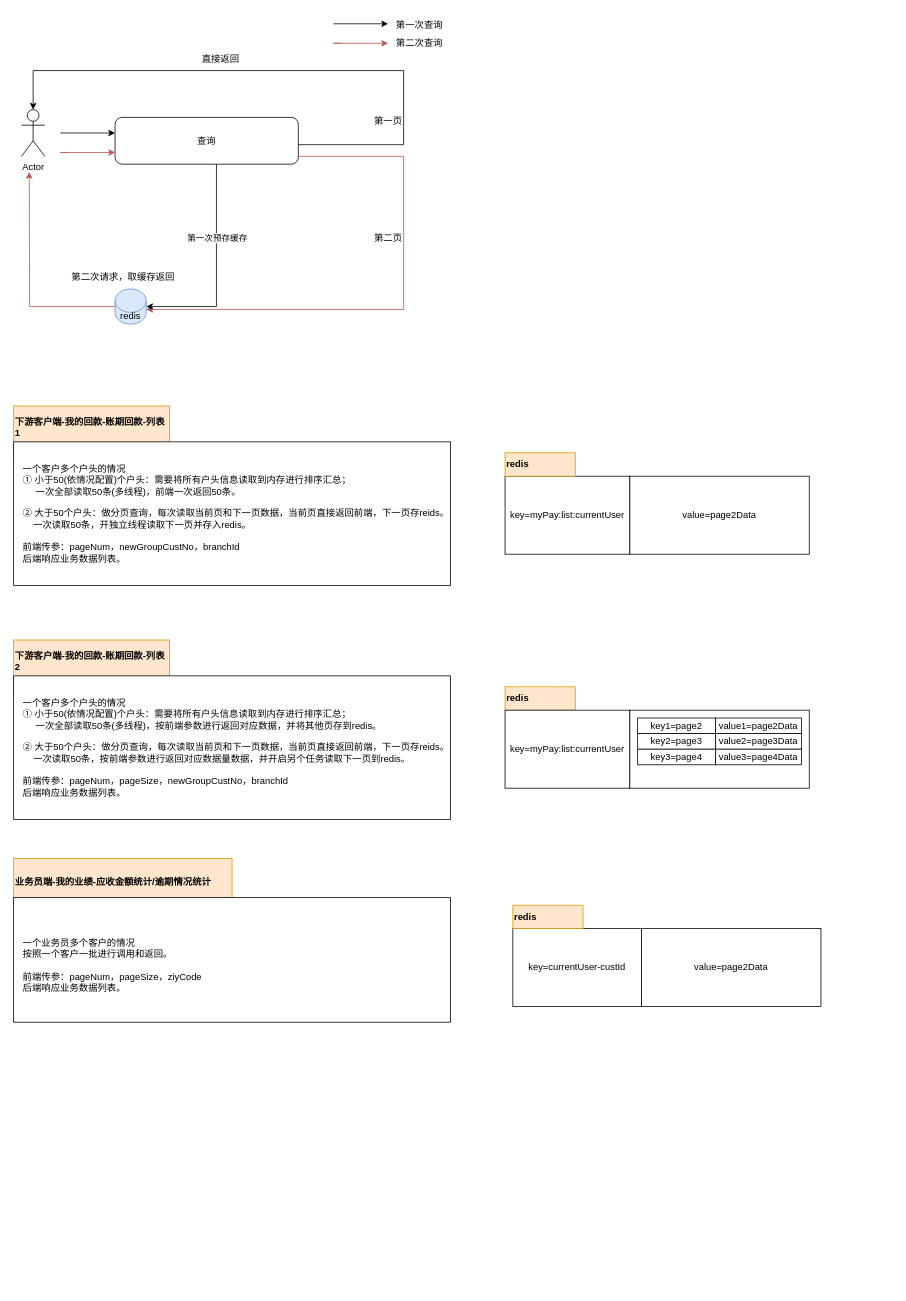
This is 移动erp-账期还款.drawio from koralcc/resource, a draw.io file, before an edit. Source tidied: cells renumbered, new cells numbered last; positions are measured from the earlier drawing's top-left corner, leaving out a move shared by most shapes. Both pictures are drawn from the tidied source at 78%, with x=0, y=0 at pixel (13, 13).
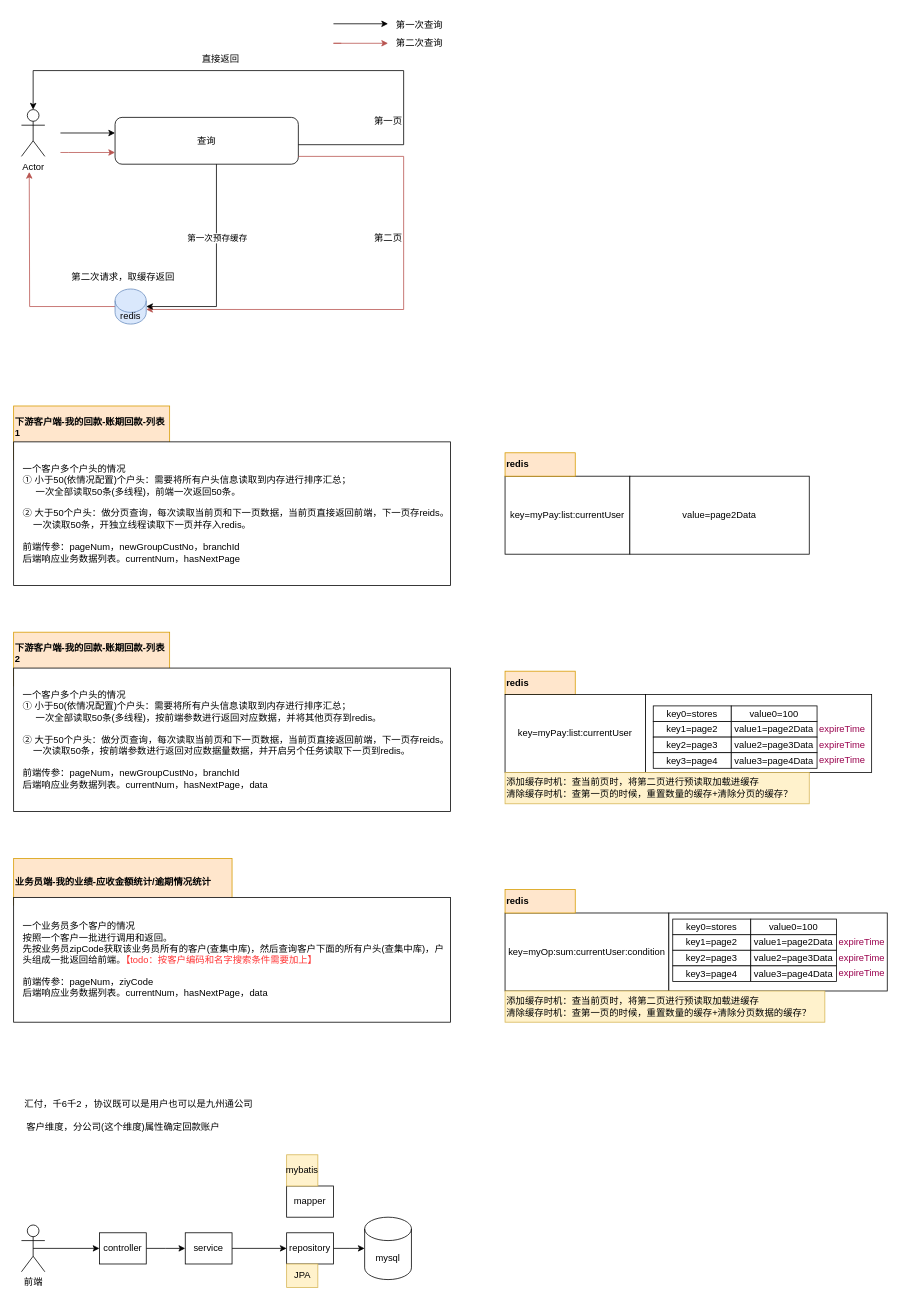
The same page after the edit.

Commit message:
更新移动erp-账期还款.drawio

Unchanged cells that the change refers to:
```xml
<mxCell id="22" style="group;" parent="21" vertex="1">
  <mxGeometry width="560" height="230" as="geometry" />
</mxCell>
<mxCell id="28" style="group;" parent="26" vertex="1">
  <mxGeometry y="10" width="560" height="200" as="geometry" />
</mxCell>
<mxCell id="34" style="group;" parent="33" vertex="1">
  <mxGeometry width="560" height="230" as="geometry" />
</mxCell>
```

What changed in the source:
```diff
@@
     <mxCell id="2" value="&lt;b&gt;redis&lt;/b&gt;" style="rounded=0;whiteSpace=wrap;html=1;align=left;fillColor=#ffe6cc;strokeColor=#d79b00;" parent="1" vertex="1">
-      <mxGeometry x="630" y="863" width="90" height="30" as="geometry" />
+      <mxGeometry x="630" y="843" width="90" height="30" as="geometry" />
     </mxCell>
@@
     <mxCell id="10" style="edgeStyle=orthogonalEdgeStyle;rounded=0;orthogonalLoop=1;jettySize=auto;html=1;fillColor=#f8cecc;strokeColor=#b85450;" parent="1" edge="1">
       <mxGeometry relative="1" as="geometry">
-        <mxPoint x="70" y="178" as="sourcePoint" />
+        <mxPoint x="60" y="178" as="sourcePoint" />
         <mxPoint x="130" y="178" as="targetPoint" />
         <Array as="points">
-          <mxPoint x="60" y="178" />
-          <mxPoint x="60" y="178" />
+          <mxPoint x="70" y="178" />
+          <mxPoint x="70" y="178" />
         </Array>
       </mxGeometry>
     </mxCell>
@@
-    <mxCell id="25" value="一个客户多个户头的情况&lt;br&gt;① 小于50(依情况配置)个户头：需要将所有户头信息读取到内存进行排序汇总；&lt;br&gt;&amp;nbsp; &amp;nbsp; &amp;nbsp;一次全部读取50条(多线程)，前端一次返回50条。&lt;br&gt;&lt;br&gt;② 大于50个户头：做分页查询，每次读取当前页和下一页数据，当前页直接返回前端，下一页存reids。&lt;br&gt;&amp;nbsp; &amp;nbsp; 一次读取50条，开独立线程读取下一页并存入redis。&lt;br&gt;&lt;br&gt;前端传参：pageNum，newGroupCustNo，branchId&lt;br&gt;后端响应业务数据列表。" style="text;html=1;strokeColor=none;fillColor=none;align=left;verticalAlign=middle;whiteSpace=wrap;rounded=0;" parent="22" vertex="1">
+    <mxCell id="25" value="一个客户多个户头的情况&lt;br&gt;① 小于50(依情况配置)个户头：需要将所有户头信息读取到内存进行排序汇总；&lt;br&gt;&amp;nbsp; &amp;nbsp; &amp;nbsp;一次全部读取50条(多线程)，前端一次返回50条。&lt;br&gt;&lt;br&gt;② 大于50个户头：做分页查询，每次读取当前页和下一页数据，当前页直接返回前端，下一页存reids。&lt;br&gt;&amp;nbsp; &amp;nbsp; 一次读取50条，开独立线程读取下一页并存入redis。&lt;br&gt;&lt;br&gt;前端传参：pageNum，newGroupCustNo，branchId&lt;br&gt;后端响应业务数据列表。currentNum，hasNextPage" style="text;html=1;strokeColor=none;fillColor=none;align=left;verticalAlign=middle;whiteSpace=wrap;rounded=0;" parent="22" vertex="1">
       <mxGeometry x="10" y="57.5" width="550" height="161" as="geometry" />
     </mxCell>
@@
-    <mxCell id="30" value="&lt;br&gt;一个业务员多个客户的情况&lt;br&gt;按照一个客户一批进行调用和返回。&lt;br&gt;&lt;br&gt;前端传参：pageNum，pageSize，ziyCode&lt;br&gt;后端响应业务数据列表。&amp;nbsp;" style="text;html=1;strokeColor=none;fillColor=none;align=left;verticalAlign=middle;whiteSpace=wrap;rounded=0;" parent="28" vertex="1">
+    <mxCell id="30" value="&lt;br&gt;一个业务员多个客户的情况&lt;br&gt;按照一个客户一批进行调用和返回。&lt;br&gt;先按业务员zipCode获取该业务员所有的客户(查集中库)，然后查询客户下面的所有户头(查集中库)，户头组成一批返回给前端。&lt;font color=&quot;#ff3333&quot;&gt;【todo：按客户编码和名字搜索条件需要加上】&lt;/font&gt;&lt;br&gt;&lt;br&gt;前端传参：pageNum，ziyCode&lt;br&gt;后端响应业务数据列表。currentNum，hasNextPage，data&lt;br&gt;&amp;nbsp;" style="text;html=1;strokeColor=none;fillColor=none;align=left;verticalAlign=middle;whiteSpace=wrap;rounded=0;" parent="28" vertex="1">
       <mxGeometry x="10" y="50" width="550" height="140" as="geometry" />
     </mxCell>
@@
     <mxCell id="33" style="group;" parent="1" vertex="1">
-      <mxGeometry y="803" width="560" height="230" as="geometry" />
+      <mxGeometry y="793" width="560" height="230" as="geometry" />
     </mxCell>
@@
-    <mxCell id="37" value="一个客户多个户头的情况&lt;br&gt;① 小于50(依情况配置)个户头：需要将所有户头信息读取到内存进行排序汇总；&lt;br&gt;&amp;nbsp; &amp;nbsp; &amp;nbsp;一次全部读取50条(多线程)，按前端参数进行返回对应数据，并将其他页存到redis。&lt;br&gt;&lt;br&gt;② 大于50个户头：做分页查询，每次读取当前页和下一页数据，当前页直接返回前端，下一页存reids。&lt;br&gt;&amp;nbsp; &amp;nbsp; 一次读取50条，按前端参数进行返回对应数据量数据，并开启另个任务读取下一页到redis。&lt;br&gt;&lt;br&gt;前端传参：pageNum，pageSize，newGroupCustNo，branchId&lt;br&gt;后端响应业务数据列表。" style="text;html=1;strokeColor=none;fillColor=none;align=left;verticalAlign=middle;whiteSpace=wrap;rounded=0;" parent="34" vertex="1">
+    <mxCell id="37" value="一个客户多个户头的情况&lt;br&gt;① 小于50(依情况配置)个户头：需要将所有户头信息读取到内存进行排序汇总；&lt;br&gt;&amp;nbsp; &amp;nbsp; &amp;nbsp;一次全部读取50条(多线程)，按前端参数进行返回对应数据，并将其他页存到redis。&lt;br&gt;&lt;br&gt;② 大于50个户头：做分页查询，每次读取当前页和下一页数据，当前页直接返回前端，下一页存reids。&lt;br&gt;&amp;nbsp; &amp;nbsp; 一次读取50条，按前端参数进行返回对应数据量数据，并开启另个任务读取下一页到redis。&lt;br&gt;&lt;br&gt;前端传参：pageNum，newGroupCustNo，branchId&lt;br&gt;后端响应业务数据列表。currentNum，hasNextPage，data" style="text;html=1;strokeColor=none;fillColor=none;align=left;verticalAlign=middle;whiteSpace=wrap;rounded=0;" parent="34" vertex="1">
       <mxGeometry x="10" y="57.5" width="550" height="161" as="geometry" />
     </mxCell>
     <mxCell id="38" value="key=myPay:list:currentUser" style="rounded=0;whiteSpace=wrap;html=1;" parent="1" vertex="1">
-      <mxGeometry x="630" y="893" width="160" height="100" as="geometry" />
+      <mxGeometry x="630" y="873" width="180" height="100" as="geometry" />
     </mxCell>
     <mxCell id="39" style="rounded=0;whiteSpace=wrap;html=1;" parent="1" vertex="1">
-      <mxGeometry x="790" y="893" width="230" height="100" as="geometry" />
+      <mxGeometry x="810" y="873" width="290" height="100" as="geometry" />
     </mxCell>
     <mxCell id="40" value="key1=page2" style="rounded=0;whiteSpace=wrap;html=1;" parent="1" vertex="1">
-      <mxGeometry x="800" y="903" width="100" height="20" as="geometry" />
+      <mxGeometry x="820" y="907.5" width="100" height="20" as="geometry" />
     </mxCell>
     <mxCell id="41" value="value1=page2Data" style="rounded=0;whiteSpace=wrap;html=1;" parent="1" vertex="1">
-      <mxGeometry x="900" y="903" width="110" height="20" as="geometry" />
+      <mxGeometry x="920" y="907.5" width="110" height="20" as="geometry" />
     </mxCell>
     <mxCell id="42" value="key2=page3" style="rounded=0;whiteSpace=wrap;html=1;" parent="1" vertex="1">
-      <mxGeometry x="800" y="923" width="100" height="20" as="geometry" />
+      <mxGeometry x="820" y="927.5" width="100" height="20" as="geometry" />
     </mxCell>
     <mxCell id="43" value="value2=page3Data" style="rounded=0;whiteSpace=wrap;html=1;" parent="1" vertex="1">
-      <mxGeometry x="900" y="923" width="110" height="20" as="geometry" />
+      <mxGeometry x="920" y="927.5" width="110" height="20" as="geometry" />
     </mxCell>
     <mxCell id="44" value="key3=page4" style="rounded=0;whiteSpace=wrap;html=1;" parent="1" vertex="1">
-      <mxGeometry x="800" y="943" width="100" height="20" as="geometry" />
+      <mxGeometry x="820" y="947.5" width="100" height="20" as="geometry" />
     </mxCell>
     <mxCell id="45" value="value3=page4Data" style="rounded=0;whiteSpace=wrap;html=1;" parent="1" vertex="1">
-      <mxGeometry x="900" y="943" width="110" height="20" as="geometry" />
+      <mxGeometry x="920" y="947.5" width="110" height="20" as="geometry" />
     </mxCell>
-    <mxCell id="46" value="key=currentUser-custId" style="rounded=0;whiteSpace=wrap;html=1;" parent="1" vertex="1">
-      <mxGeometry x="640" y="1173" width="165" height="100" as="geometry" />
+    <mxCell id="46" value="key=myOp:sum:currentUser:condition" style="rounded=0;whiteSpace=wrap;html=1;" parent="1" vertex="1">
+      <mxGeometry x="630" y="1153" width="210" height="100" as="geometry" />
     </mxCell>
-    <mxCell id="47" value="value=page2Data" style="rounded=0;whiteSpace=wrap;html=1;" parent="1" vertex="1">
-      <mxGeometry x="805" y="1173" width="230" height="100" as="geometry" />
+    <mxCell id="47" style="rounded=0;whiteSpace=wrap;html=1;" parent="1" vertex="1">
+      <mxGeometry x="840" y="1153" width="280" height="100" as="geometry" />
     </mxCell>
     <mxCell id="48" value="&lt;b&gt;redis&lt;/b&gt;" style="rounded=0;whiteSpace=wrap;html=1;align=left;fillColor=#ffe6cc;strokeColor=#d79b00;" parent="1" vertex="1">
-      <mxGeometry x="640" y="1143" width="90" height="30" as="geometry" />
+      <mxGeometry x="630" y="1123" width="90" height="30" as="geometry" />
     </mxCell>
@@
+    <mxCell id="50" value="汇付，千6千2 ，协议既可以是用户也可以是九州通公司" style="text;html=1;align=center;verticalAlign=middle;strokeColor=none;fillColor=none;" parent="1" vertex="1">
+      <mxGeometry y="1383" width="320" height="30" as="geometry" />
+    </mxCell>
+    <mxCell id="51" value="客户维度，分公司(这个维度)属性确定回款账户" style="text;html=1;align=center;verticalAlign=middle;strokeColor=none;fillColor=none;" parent="1" vertex="1">
+      <mxGeometry x="5" y="1413" width="270" height="30" as="geometry" />
+    </mxCell>
+    <mxCell id="52" style="edgeStyle=orthogonalEdgeStyle;rounded=0;jettySize=auto;html=1;" parent="1" edge="1" source="53">
+      <mxGeometry relative="1" as="geometry">
+        <mxPoint x="220" y="1583" as="targetPoint" />
+      </mxGeometry>
+    </mxCell>
+    <mxCell id="53" value="controller" style="whiteSpace=wrap;html=1;" parent="1" vertex="1">
+      <mxGeometry x="110" y="1563" width="60" height="40" as="geometry" />
+    </mxCell>
+    <mxCell id="54" style="edgeStyle=orthogonalEdgeStyle;rounded=0;jettySize=auto;html=1;exitX=0.5;exitY=0.5;exitDx=0;exitDy=0;exitPerimeter=0;entryX=0;entryY=0.5;entryDx=0;entryDy=0;" parent="1" edge="1" source="55" target="53">
+      <mxGeometry relative="1" as="geometry" />
+    </mxCell>
+    <mxCell id="55" value="前端" style="shape=umlActor;verticalLabelPosition=bottom;verticalAlign=top;html=1;outlineConnect=0;" parent="1" vertex="1">
+      <mxGeometry x="10" y="1553" width="30" height="60" as="geometry" />
+    </mxCell>
+    <mxCell id="56" style="edgeStyle=orthogonalEdgeStyle;rounded=0;jettySize=auto;html=1;entryX=0;entryY=0.5;entryDx=0;entryDy=0;" parent="1" edge="1" source="57" target="59">
+      <mxGeometry relative="1" as="geometry" />
+    </mxCell>
+    <mxCell id="57" value="service" style="whiteSpace=wrap;html=1;" parent="1" vertex="1">
+      <mxGeometry x="220" y="1563" width="60" height="40" as="geometry" />
+    </mxCell>
+    <mxCell id="58" style="edgeStyle=orthogonalEdgeStyle;rounded=0;jettySize=auto;html=1;" parent="1" edge="1" source="59">
+      <mxGeometry relative="1" as="geometry">
+        <mxPoint x="450" y="1583" as="targetPoint" />
+      </mxGeometry>
+    </mxCell>
+    <mxCell id="59" value="repository" style="whiteSpace=wrap;html=1;" parent="1" vertex="1">
+      <mxGeometry x="350" y="1563" width="60" height="40" as="geometry" />
+    </mxCell>
+    <mxCell id="60" value="mapper" style="whiteSpace=wrap;html=1;" parent="1" vertex="1">
+      <mxGeometry x="350" y="1503" width="60" height="40" as="geometry" />
+    </mxCell>
+    <mxCell id="61" value="mysql" style="shape=cylinder3;whiteSpace=wrap;html=1;boundedLbl=1;backgroundOutline=1;size=15;" parent="1" vertex="1">
+      <mxGeometry x="450" y="1543" width="60" height="80" as="geometry" />
+    </mxCell>
+    <mxCell id="62" value="JPA" style="text;html=1;align=center;verticalAlign=middle;strokeColor=#d6b656;fillColor=#fff2cc;" parent="1" vertex="1">
+      <mxGeometry x="350" y="1603" width="40" height="30" as="geometry" />
+    </mxCell>
+    <mxCell id="63" value="mybatis" style="rounded=0;whiteSpace=wrap;html=1;fillColor=#fff2cc;strokeColor=#d6b656;" parent="1" vertex="1">
+      <mxGeometry x="350" y="1463" width="40" height="40" as="geometry" />
+    </mxCell>
+    <mxCell id="64" value="&lt;font color=&quot;#99004d&quot;&gt;expireTime&lt;/font&gt;" style="text;html=1;align=center;verticalAlign=middle;strokeColor=none;fillColor=none;" parent="1" vertex="1">
+      <mxGeometry x="1022" y="903" width="80" height="30" as="geometry" />
+    </mxCell>
+    <mxCell id="65" value="&lt;font color=&quot;#99004d&quot;&gt;expireTime&lt;/font&gt;" style="text;html=1;align=center;verticalAlign=middle;strokeColor=none;fillColor=none;" parent="1" vertex="1">
+      <mxGeometry x="1022" y="923" width="80" height="30" as="geometry" />
+    </mxCell>
+    <mxCell id="66" value="&lt;font color=&quot;#99004d&quot;&gt;expireTime&lt;/font&gt;" style="text;html=1;align=center;verticalAlign=middle;strokeColor=none;fillColor=none;" parent="1" vertex="1">
+      <mxGeometry x="1022" y="942" width="80" height="30" as="geometry" />
+    </mxCell>
+    <mxCell id="67" value="key0=stores" style="rounded=0;whiteSpace=wrap;html=1;" parent="1" vertex="1">
+      <mxGeometry x="820" y="887.5" width="100" height="20" as="geometry" />
+    </mxCell>
+    <mxCell id="68" value="value0=100" style="rounded=0;whiteSpace=wrap;html=1;" parent="1" vertex="1">
+      <mxGeometry x="920" y="887.5" width="110" height="20" as="geometry" />
+    </mxCell>
+    <mxCell id="69" value="添加缓存时机：查当前页时，将第二页进行预读取加载进缓存&lt;br&gt;清除缓存时机：查第一页的时候，重置数量的缓存+清除分页的缓存？" style="text;html=1;align=left;verticalAlign=middle;strokeColor=#d6b656;fillColor=#fff2cc;" parent="1" vertex="1">
+      <mxGeometry x="630" y="973" width="390" height="40" as="geometry" />
+    </mxCell>
+    <mxCell id="70" value="添加缓存时机：查当前页时，将第二页进行预读取加载进缓存&lt;br&gt;清除缓存时机：查第一页的时候，重置数量的缓存+清除分页数据的缓存？" style="text;html=1;align=left;verticalAlign=middle;strokeColor=#d6b656;fillColor=#fff2cc;" parent="1" vertex="1">
+      <mxGeometry x="630" y="1253" width="410" height="40" as="geometry" />
+    </mxCell>
+    <mxCell id="71" value="key1=page2" style="rounded=0;whiteSpace=wrap;html=1;" parent="1" vertex="1">
+      <mxGeometry x="845" y="1180.8" width="100" height="20" as="geometry" />
+    </mxCell>
+    <mxCell id="72" value="value1=page2Data" style="rounded=0;whiteSpace=wrap;html=1;" parent="1" vertex="1">
+      <mxGeometry x="945" y="1180.8" width="110" height="20" as="geometry" />
+    </mxCell>
+    <mxCell id="73" value="key2=page3" style="rounded=0;whiteSpace=wrap;html=1;" parent="1" vertex="1">
+      <mxGeometry x="845" y="1200.8" width="100" height="20" as="geometry" />
+    </mxCell>
+    <mxCell id="74" value="value2=page3Data" style="rounded=0;whiteSpace=wrap;html=1;" parent="1" vertex="1">
+      <mxGeometry x="945" y="1200.8" width="110" height="20" as="geometry" />
+    </mxCell>
+    <mxCell id="75" value="key3=page4" style="rounded=0;whiteSpace=wrap;html=1;" parent="1" vertex="1">
+      <mxGeometry x="845" y="1220.8" width="100" height="20" as="geometry" />
+    </mxCell>
+    <mxCell id="76" value="value3=page4Data" style="rounded=0;whiteSpace=wrap;html=1;" parent="1" vertex="1">
+      <mxGeometry x="945" y="1220.8" width="110" height="20" as="geometry" />
+    </mxCell>
+    <mxCell id="77" value="&lt;font color=&quot;#99004d&quot;&gt;expireTime&lt;/font&gt;" style="text;html=1;align=center;verticalAlign=middle;strokeColor=none;fillColor=none;" parent="1" vertex="1">
+      <mxGeometry x="1047" y="1176.2" width="80" height="30" as="geometry" />
+    </mxCell>
+    <mxCell id="78" value="&lt;font color=&quot;#99004d&quot;&gt;expireTime&lt;/font&gt;" style="text;html=1;align=center;verticalAlign=middle;strokeColor=none;fillColor=none;" parent="1" vertex="1">
+      <mxGeometry x="1047" y="1196.2" width="80" height="30" as="geometry" />
+    </mxCell>
+    <mxCell id="79" value="&lt;font color=&quot;#99004d&quot;&gt;expireTime&lt;/font&gt;" style="text;html=1;align=center;verticalAlign=middle;strokeColor=none;fillColor=none;" parent="1" vertex="1">
+      <mxGeometry x="1047" y="1215.2" width="80" height="30" as="geometry" />
+    </mxCell>
+    <mxCell id="80" value="key0=stores" style="rounded=0;whiteSpace=wrap;html=1;" parent="1" vertex="1">
+      <mxGeometry x="845" y="1160.8" width="100" height="20" as="geometry" />
+    </mxCell>
+    <mxCell id="81" value="value0=100" style="rounded=0;whiteSpace=wrap;html=1;" parent="1" vertex="1">
+      <mxGeometry x="945" y="1160.8" width="110" height="20" as="geometry" />
+    </mxCell>
```
